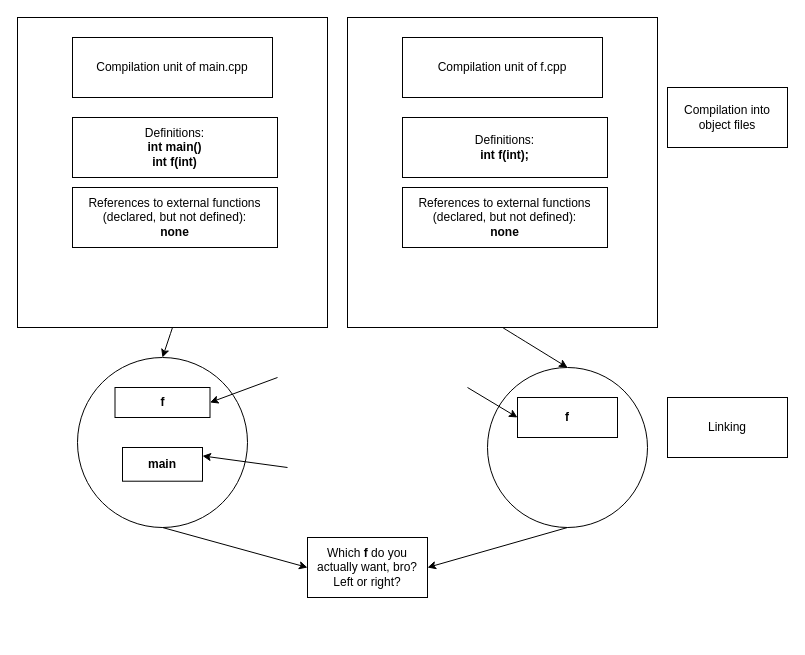
Above: en/05_programming_fundamentals/linker_examples/wrong_1/linker_error.drawio in AntonC9018/uniCourse_dataStructuresAndAlgorithms (draw.io), before the change. Source tidied: cells renumbered, new cells numbered last; positions are measured from the earlier drawing's top-left corner, leaving out a move shared by most shapes. Both pictures are drawn from the tidied source at 100%, with x=0, y=0 at pixel (17, 17).
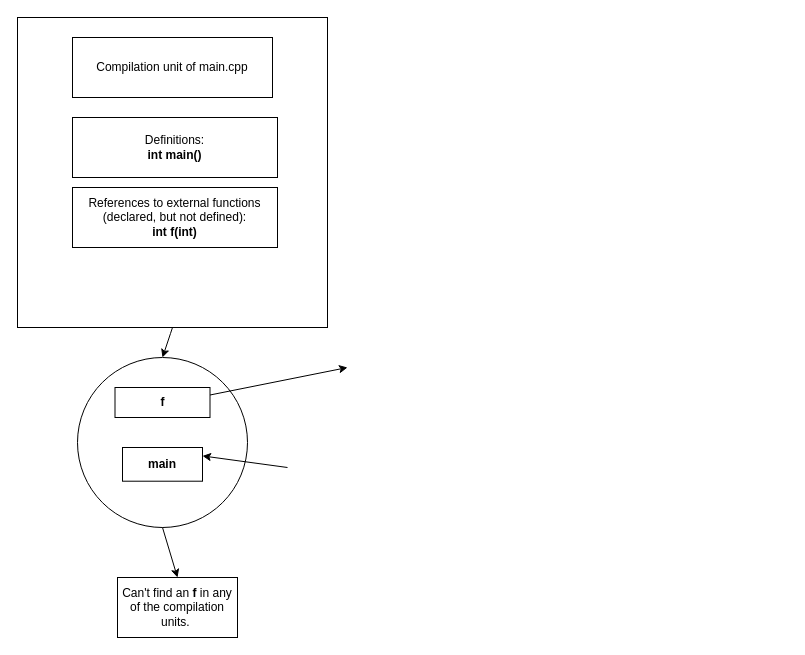
The same page after the edit.

Unchanged cells that the change refers to:
```xml
<mxCell id="2" style="group;" parent="1" vertex="1">
  <mxGeometry width="310" height="310" as="geometry" />
</mxCell>
<mxCell id="12" style="group;" parent="1" vertex="1">
  <mxGeometry x="60" y="333.7" width="263.4" height="176.3" as="geometry" />
</mxCell>
<mxCell id="13" style="ellipse;whiteSpace=wrap;html=1;" parent="12" vertex="1">
  <mxGeometry y="6.3" width="170" height="170" as="geometry" />
</mxCell>
<mxCell id="14" value="&lt;b&gt;f&lt;br&gt;&lt;/b&gt;" style="rounded=0;whiteSpace=wrap;html=1;" parent="12" vertex="1">
  <mxGeometry x="37.5" y="36.3" width="95" height="30" as="geometry" />
</mxCell>
```

The edit, as a diff of the source:
```diff
@@
-    <mxCell id="5" value="Definitions:&lt;br&gt;&lt;b&gt;int main()&lt;br&gt;int f(int)&lt;br&gt;&lt;/b&gt;" style="rounded=0;whiteSpace=wrap;html=1;" parent="2" vertex="1">
+    <mxCell id="5" value="Definitions:&lt;br&gt;&lt;b&gt;int main()&lt;br&gt;&lt;/b&gt;" style="rounded=0;whiteSpace=wrap;html=1;" parent="2" vertex="1">
       <mxGeometry x="55" y="100" width="205" height="60" as="geometry" />
     </mxCell>
-    <mxCell id="6" value="References to external functions (declared, but not defined):&lt;br&gt;&lt;b&gt;none&lt;/b&gt;" style="rounded=0;whiteSpace=wrap;html=1;" parent="2" vertex="1">
+    <mxCell id="6" value="References to external functions (declared, but not defined):&lt;br&gt;&lt;b&gt;int f(int)&lt;/b&gt;" style="rounded=0;whiteSpace=wrap;html=1;" parent="2" vertex="1">
       <mxGeometry x="55" y="170" width="205" height="60" as="geometry" />
     </mxCell>
-    <mxCell id="7" style="group;" parent="1" vertex="1">
-      <mxGeometry x="330" width="310" height="310" as="geometry" />
-    </mxCell>
-    <mxCell id="8" style="whiteSpace=wrap;html=1;" parent="7" vertex="1">
-      <mxGeometry width="310" height="310" as="geometry" />
-    </mxCell>
-    <mxCell id="9" value="Compilation unit of f.cpp" style="rounded=0;whiteSpace=wrap;html=1;" parent="7" vertex="1">
-      <mxGeometry x="55" y="20" width="200" height="60" as="geometry" />
-    </mxCell>
-    <mxCell id="10" value="Definitions:&lt;br&gt;&lt;b&gt;int f(int);&lt;/b&gt;" style="rounded=0;whiteSpace=wrap;html=1;" parent="7" vertex="1">
-      <mxGeometry x="55" y="100" width="205" height="60" as="geometry" />
-    </mxCell>
-    <mxCell id="11" value="References to external functions (declared, but not defined):&lt;br&gt;&lt;b&gt;none&lt;/b&gt;" style="rounded=0;whiteSpace=wrap;html=1;" parent="7" vertex="1">
-      <mxGeometry x="55" y="170" width="205" height="60" as="geometry" />
-    </mxCell>
@@
-    <mxCell id="17" style="ellipse;whiteSpace=wrap;html=1;" parent="1" vertex="1">
-      <mxGeometry x="470" y="350" width="160" height="160" as="geometry" />
-    </mxCell>
-    <mxCell id="18" value="&lt;b&gt;f&lt;/b&gt;" style="rounded=0;whiteSpace=wrap;html=1;" parent="1" vertex="1">
-      <mxGeometry x="500" y="380" width="100" height="40" as="geometry" />
-    </mxCell>
+    <mxCell id="26" style="endArrow=classic;html=1;rounded=0;exitX=1;exitY=0.25;exitDx=0;exitDy=0;" parent="12" edge="1" source="14">
+      <mxGeometry relative="1" as="geometry">
+        <mxPoint x="270" y="16.3" as="targetPoint" />
+      </mxGeometry>
+    </mxCell>
@@
-    <mxCell id="20" style="curved=1;endArrow=classic;html=1;rounded=0;exitX=0.5;exitY=1;exitDx=0;exitDy=0;entryX=0.5;entryY=0;entryDx=0;entryDy=0;" parent="1" edge="1" source="8" target="17">
-      <mxGeometry relative="1" as="geometry" />
-    </mxCell>
-    <mxCell id="21" value="Compilation into object files" style="rounded=0;whiteSpace=wrap;html=1;" parent="1" vertex="1">
-      <mxGeometry x="650" y="70" width="120" height="60" as="geometry" />
-    </mxCell>
-    <mxCell id="22" value="Linking" style="rounded=0;whiteSpace=wrap;html=1;" parent="1" vertex="1">
-      <mxGeometry x="650" y="380" width="120" height="60" as="geometry" />
-    </mxCell>
-    <mxCell id="23" style="endArrow=classic;html=1;rounded=0;entryX=0;entryY=0.5;entryDx=0;entryDy=0;" parent="1" edge="1" target="18">
-      <mxGeometry relative="1" as="geometry">
-        <mxPoint x="450" y="370" as="sourcePoint" />
-      </mxGeometry>
-    </mxCell>
-    <mxCell id="24" style="endArrow=classic;html=1;rounded=0;exitX=0.5;exitY=1;exitDx=0;exitDy=0;entryX=0;entryY=0.5;entryDx=0;entryDy=0;" parent="1" edge="1" source="13" target="27">
+    <mxCell id="24" style="endArrow=classic;html=1;rounded=0;exitX=0.5;exitY=1;exitDx=0;exitDy=0;entryX=0.5;entryY=0;entryDx=0;entryDy=0;" parent="1" edge="1" source="13" target="27">
       <mxGeometry relative="1" as="geometry" />
     </mxCell>
-    <mxCell id="25" style="endArrow=classic;html=1;rounded=0;exitX=0.5;exitY=1;exitDx=0;exitDy=0;entryX=1;entryY=0.5;entryDx=0;entryDy=0;" parent="1" edge="1" source="17" target="27">
-      <mxGeometry relative="1" as="geometry" />
-    </mxCell>
-    <mxCell id="26" style="endArrow=classic;html=1;rounded=0;entryX=1;entryY=0.5;entryDx=0;entryDy=0;" parent="1" edge="1" target="14">
-      <mxGeometry relative="1" as="geometry">
-        <mxPoint x="260" y="360" as="sourcePoint" />
-      </mxGeometry>
-    </mxCell>
-    <mxCell id="27" value="Which &lt;b&gt;f&lt;/b&gt; do you actually want, bro? Left or right?" style="rounded=0;whiteSpace=wrap;html=1;" parent="1" vertex="1">
-      <mxGeometry x="290" y="520" width="120" height="60" as="geometry" />
+    <mxCell id="27" value="Can't find an &lt;b&gt;f &lt;/b&gt;in any of the compilation units.&amp;nbsp;" style="rounded=0;whiteSpace=wrap;html=1;" parent="1" vertex="1">
+      <mxGeometry x="100" y="560" width="120" height="60" as="geometry" />
     </mxCell>
```
